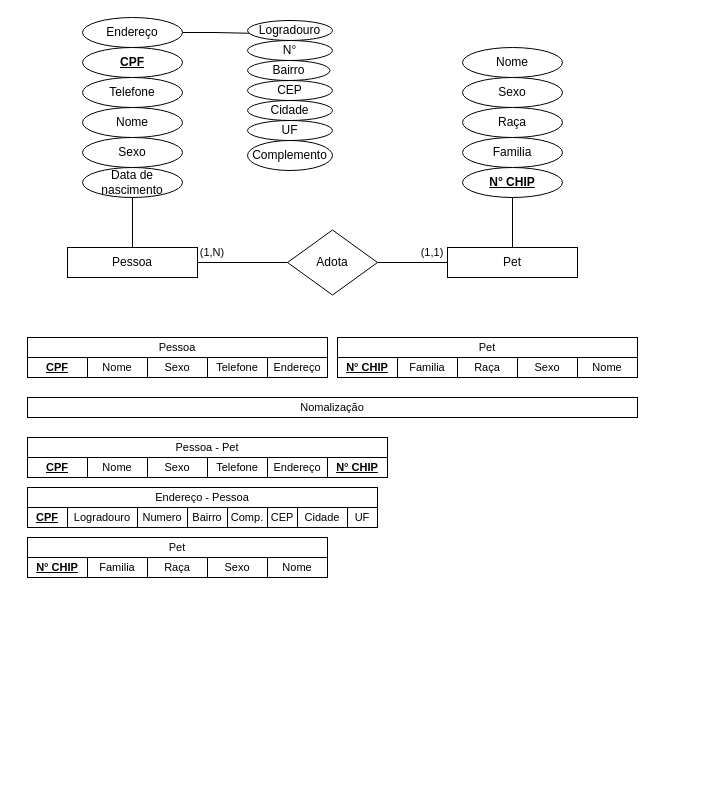
Earlier version of the draw.io diagram Docs/DiagramaTabelaOng.drawio (AlexandreBetassa/ProjetoOngDapper). Source tidied: cells renumbered, new cells numbered last; positions are measured from the earlier drawing's top-left corner, leaving out a move shared by most shapes. Both pictures are drawn from the tidied source at 100%, with x=0, y=0 at pixel (27, 17).
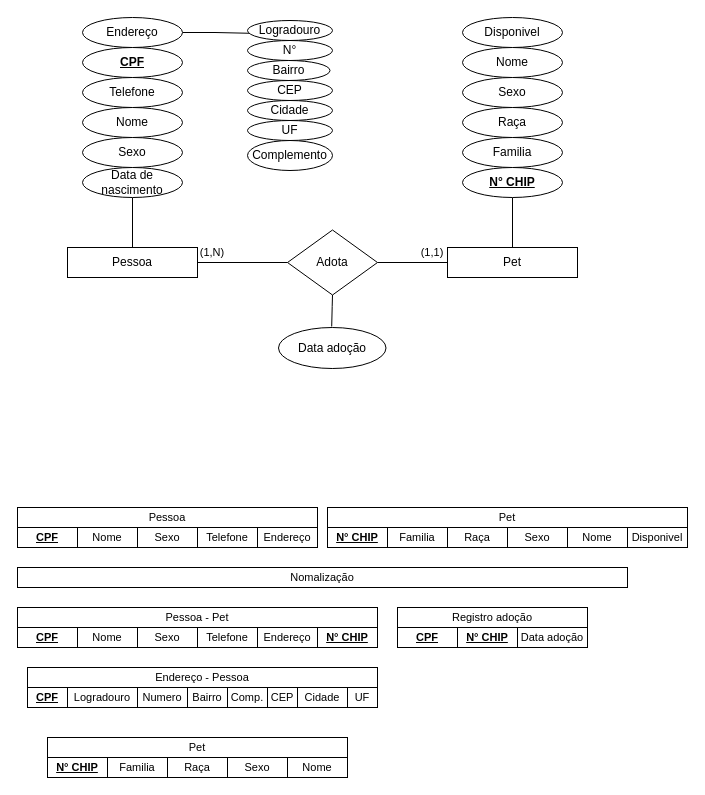
After the change.

Unchanged cells that the change refers to:
```xml
<mxCell id="13" value="Adota" style="rhombus;whiteSpace=wrap;html=1;" parent="1" vertex="1">
  <mxGeometry x="260" y="212.5" width="90" height="65" as="geometry" />
</mxCell>
```

The edit, as a diff of the source:
```diff
@@
     <mxCell id="33" style="group;" parent="1" vertex="1">
-      <mxGeometry y="320" width="300" height="40" as="geometry" />
+      <mxGeometry x="-10" y="490" width="300" height="40" as="geometry" />
     </mxCell>
@@
-    <mxCell id="40" style="group;" parent="1" vertex="1">
-      <mxGeometry x="310" y="320" width="300" height="40" as="geometry" />
-    </mxCell>
-    <mxCell id="41" value="Pet" style="rounded=0;whiteSpace=wrap;html=1;fontSize=11;" parent="40" vertex="1">
-      <mxGeometry width="300" height="20" as="geometry" />
-    </mxCell>
-    <mxCell id="42" value="Familia" style="rounded=0;whiteSpace=wrap;html=1;fontSize=11;" parent="40" vertex="1">
-      <mxGeometry x="60" y="20" width="60" height="20" as="geometry" />
-    </mxCell>
-    <mxCell id="43" value="&lt;b&gt;&lt;u&gt;N° CHIP&lt;/u&gt;&lt;/b&gt;" style="rounded=0;whiteSpace=wrap;html=1;fontSize=11;" parent="40" vertex="1">
-      <mxGeometry y="20" width="60" height="20" as="geometry" />
-    </mxCell>
-    <mxCell id="44" value="Raça" style="rounded=0;whiteSpace=wrap;html=1;fontSize=11;" parent="40" vertex="1">
-      <mxGeometry x="120" y="20" width="60" height="20" as="geometry" />
-    </mxCell>
-    <mxCell id="45" value="Sexo" style="rounded=0;whiteSpace=wrap;html=1;fontSize=11;" parent="40" vertex="1">
-      <mxGeometry x="180" y="20" width="60" height="20" as="geometry" />
-    </mxCell>
-    <mxCell id="46" value="Nome" style="rounded=0;whiteSpace=wrap;html=1;fontSize=11;" parent="40" vertex="1">
-      <mxGeometry x="240" y="20" width="60" height="20" as="geometry" />
-    </mxCell>
     <mxCell id="47" value="Nomalização" style="rounded=0;whiteSpace=wrap;html=1;fontSize=11;" parent="1" vertex="1">
-      <mxGeometry y="380" width="610" height="20" as="geometry" />
+      <mxGeometry x="-10" y="550" width="610" height="20" as="geometry" />
     </mxCell>
     <mxCell id="48" style="group;" parent="1" vertex="1">
-      <mxGeometry y="420" width="360" height="40" as="geometry" />
+      <mxGeometry x="-10" y="590" width="360" height="40" as="geometry" />
     </mxCell>
@@
     <mxCell id="56" style="group;" parent="1" vertex="1">
-      <mxGeometry y="470" width="350" height="40" as="geometry" />
+      <mxGeometry y="650" width="350" height="40" as="geometry" />
     </mxCell>
@@
     <mxCell id="66" style="group;" parent="1" vertex="1">
-      <mxGeometry y="520" width="300" height="40" as="geometry" />
+      <mxGeometry x="20" y="720" width="300" height="40" as="geometry" />
     </mxCell>
@@
+    <mxCell id="73" value="Disponivel" style="rounded=0;whiteSpace=wrap;html=1;fontSize=11;" parent="1" vertex="1">
+      <mxGeometry x="600" y="510" width="60" height="20" as="geometry" />
+    </mxCell>
+    <mxCell id="41" value="Pet" style="rounded=0;whiteSpace=wrap;html=1;fontSize=11;" parent="1" vertex="1">
+      <mxGeometry x="300" y="490" width="360" height="20" as="geometry" />
+    </mxCell>
+    <mxCell id="42" value="Familia" style="rounded=0;whiteSpace=wrap;html=1;fontSize=11;" parent="1" vertex="1">
+      <mxGeometry x="360" y="510" width="60" height="20" as="geometry" />
+    </mxCell>
+    <mxCell id="43" value="&lt;b&gt;&lt;u&gt;N° CHIP&lt;/u&gt;&lt;/b&gt;" style="rounded=0;whiteSpace=wrap;html=1;fontSize=11;" parent="1" vertex="1">
+      <mxGeometry x="300" y="510" width="60" height="20" as="geometry" />
+    </mxCell>
+    <mxCell id="44" value="Raça" style="rounded=0;whiteSpace=wrap;html=1;fontSize=11;" parent="1" vertex="1">
+      <mxGeometry x="420" y="510" width="60" height="20" as="geometry" />
+    </mxCell>
+    <mxCell id="45" value="Sexo" style="rounded=0;whiteSpace=wrap;html=1;fontSize=11;" parent="1" vertex="1">
+      <mxGeometry x="480" y="510" width="60" height="20" as="geometry" />
+    </mxCell>
+    <mxCell id="46" value="Nome" style="rounded=0;whiteSpace=wrap;html=1;fontSize=11;" parent="1" vertex="1">
+      <mxGeometry x="540" y="510" width="60" height="20" as="geometry" />
+    </mxCell>
+    <mxCell id="74" value="Disponivel" style="ellipse;whiteSpace=wrap;html=1;" parent="1" vertex="1">
+      <mxGeometry x="435" width="100" height="30" as="geometry" />
+    </mxCell>
+    <mxCell id="75" style="edgeStyle=orthogonalEdgeStyle;rounded=0;jettySize=auto;html=1;endArrow=none;endFill=0;" parent="1" edge="1" target="13">
+      <mxGeometry relative="1" as="geometry">
+        <mxPoint x="304.2" y="309" as="sourcePoint" />
+      </mxGeometry>
+    </mxCell>
+    <mxCell id="76" value="Data adoção" style="ellipse;whiteSpace=wrap;html=1;" parent="1" vertex="1">
+      <mxGeometry x="251" y="310" width="107.5" height="41" as="geometry" />
+    </mxCell>
+    <mxCell id="77" value="Registro adoção" style="rounded=0;whiteSpace=wrap;html=1;fontSize=11;" parent="1" vertex="1">
+      <mxGeometry x="370" y="590" width="190" height="20" as="geometry" />
+    </mxCell>
+    <mxCell id="78" value="Data adoção" style="rounded=0;whiteSpace=wrap;html=1;fontSize=11;" parent="1" vertex="1">
+      <mxGeometry x="490" y="610" width="70" height="20" as="geometry" />
+    </mxCell>
+    <mxCell id="79" value="CPF" style="rounded=0;whiteSpace=wrap;html=1;fontSize=11;fontStyle=5;" parent="1" vertex="1">
+      <mxGeometry x="370" y="610" width="60" height="20" as="geometry" />
+    </mxCell>
+    <mxCell id="80" value="N° CHIP" style="rounded=0;whiteSpace=wrap;html=1;fontSize=11;fontStyle=5;" parent="1" vertex="1">
+      <mxGeometry x="430" y="610" width="60" height="20" as="geometry" />
+    </mxCell>
```
